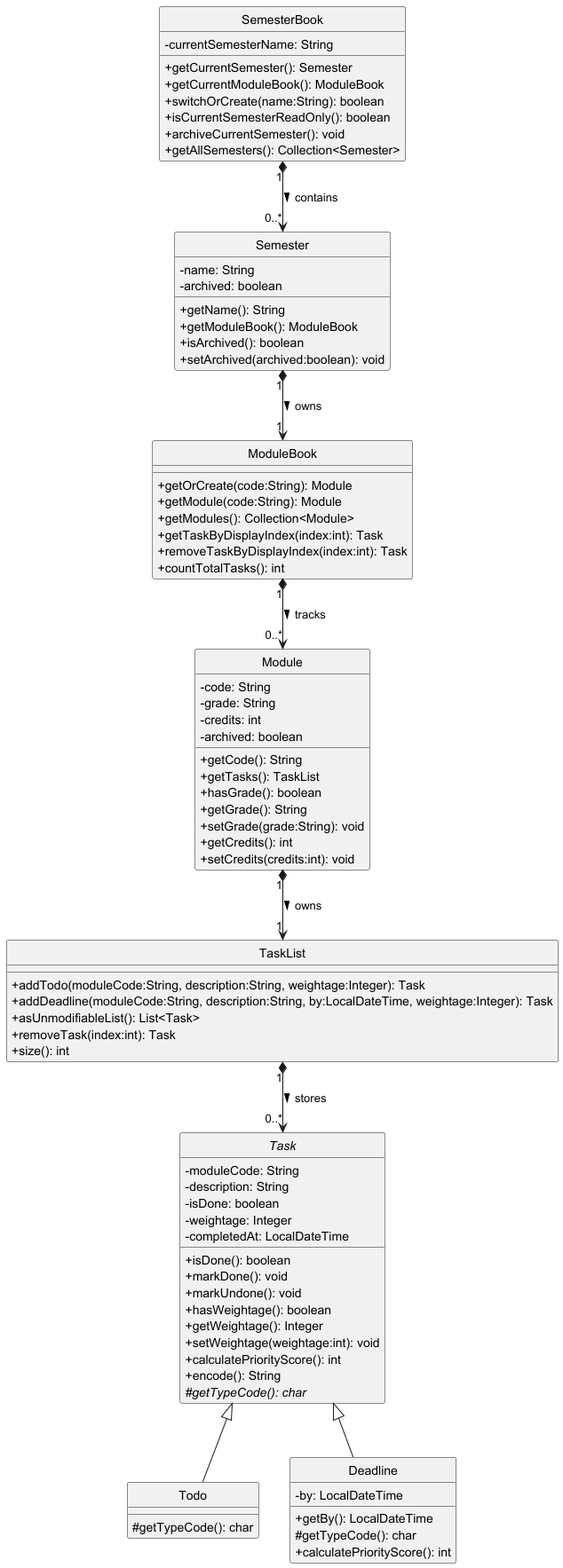
The PlantUML diagram docs/images/DataModelClassDiagram.png in heeelol/tp, before a commit.
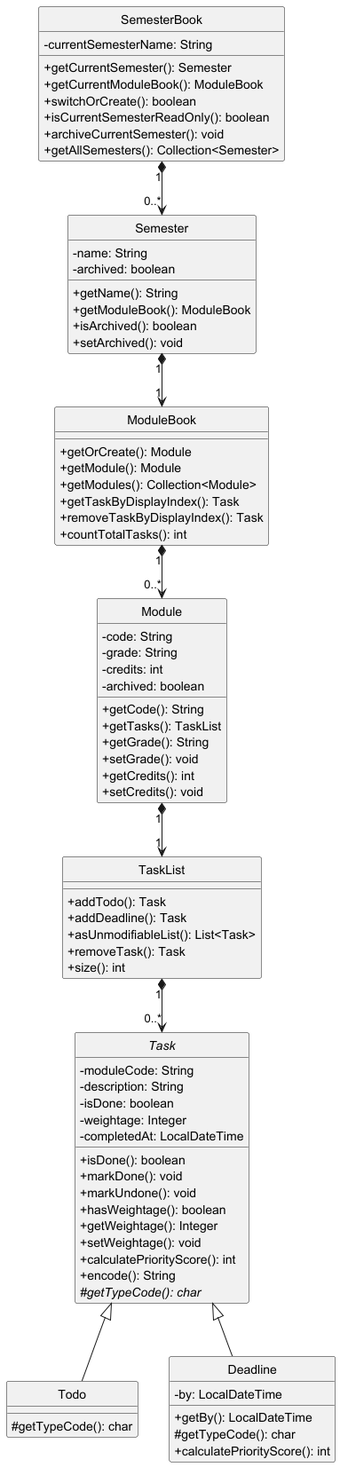
Above is the later version.

The edit, as a diff of the source:
```diff
@@ -7,7 +7,7 @@
     -currentSemesterName: String
     +getCurrentSemester(): Semester
     +getCurrentModuleBook(): ModuleBook
-    +switchOrCreate(name:String): boolean
+    +switchOrCreate(): boolean
     +isCurrentSemesterReadOnly(): boolean
     +archiveCurrentSemester(): void
     +getAllSemesters(): Collection<Semester>
@@ -19,15 +19,15 @@
     +getName(): String
     +getModuleBook(): ModuleBook
     +isArchived(): boolean
-    +setArchived(archived:boolean): void
+    +setArchived(): void
 }
 
 class ModuleBook {
-    +getOrCreate(code:String): Module
-    +getModule(code:String): Module
+    +getOrCreate(): Module
+    +getModule(): Module
     +getModules(): Collection<Module>
-    +getTaskByDisplayIndex(index:int): Task
-    +removeTaskByDisplayIndex(index:int): Task
+    +getTaskByDisplayIndex(): Task
+    +removeTaskByDisplayIndex(): Task
     +countTotalTasks(): int
 }
 
@@ -38,18 +38,17 @@
     -archived: boolean
     +getCode(): String
     +getTasks(): TaskList
-    +hasGrade(): boolean
     +getGrade(): String
-    +setGrade(grade:String): void
+    +setGrade(): void
     +getCredits(): int
-    +setCredits(credits:int): void
+    +setCredits(): void
 }
 
 class TaskList {
-    +addTodo(moduleCode:String, description:String, weightage:Integer): Task
-    +addDeadline(moduleCode:String, description:String, by:LocalDateTime, weightage:Integer): Task
+    +addTodo(): Task
+    +addDeadline(): Task
     +asUnmodifiableList(): List<Task>
-    +removeTask(index:int): Task
+    +removeTask(): Task
     +size(): int
 }
 
@@ -64,7 +63,7 @@
     +markUndone(): void
     +hasWeightage(): boolean
     +getWeightage(): Integer
-    +setWeightage(weightage:int): void
+    +setWeightage(): void
     +calculatePriorityScore(): int
     +encode(): String
     #{abstract} getTypeCode(): char
@@ -81,11 +80,11 @@
     +calculatePriorityScore(): int
 }
 
-SemesterBook "1" *--> "0..*" Semester : contains >
-Semester "1" *--> "1" ModuleBook : owns >
-ModuleBook "1" *--> "0..*" Module : tracks >
-Module "1" *--> "1" TaskList : owns >
-TaskList "1" *--> "0..*" Task : stores >
+SemesterBook "1" *--> "0..*" Semester
+Semester "1" *--> "1" ModuleBook
+ModuleBook "1" *--> "0..*" Module
+Module "1" *--> "1" TaskList
+TaskList "1" *--> "0..*" Task
 Task <|-- Todo
 Task <|-- Deadline
 
```
